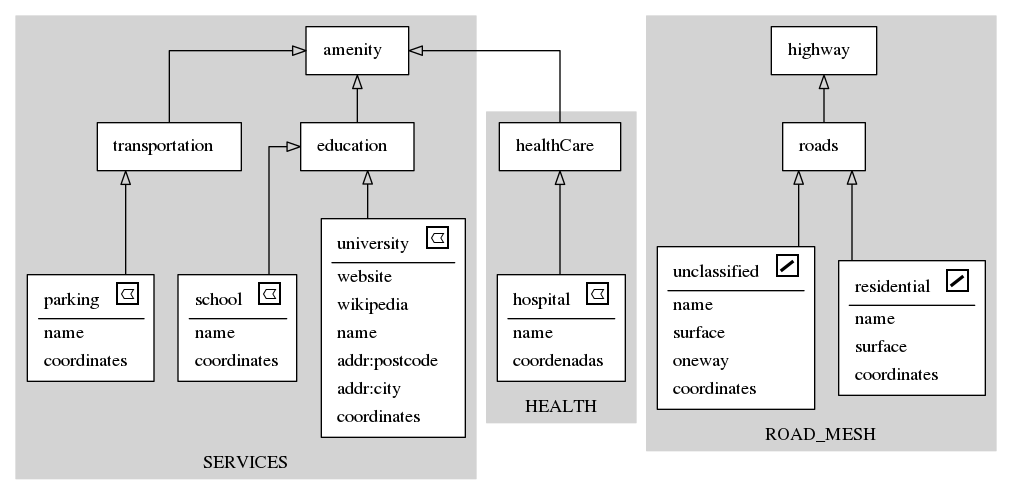
vinisperandio/OSM2Diagram_optmizated keeps this Graphviz diagram as schema.gv.png. Above is the earlier version. Its source is kept beside it as schema.gv.
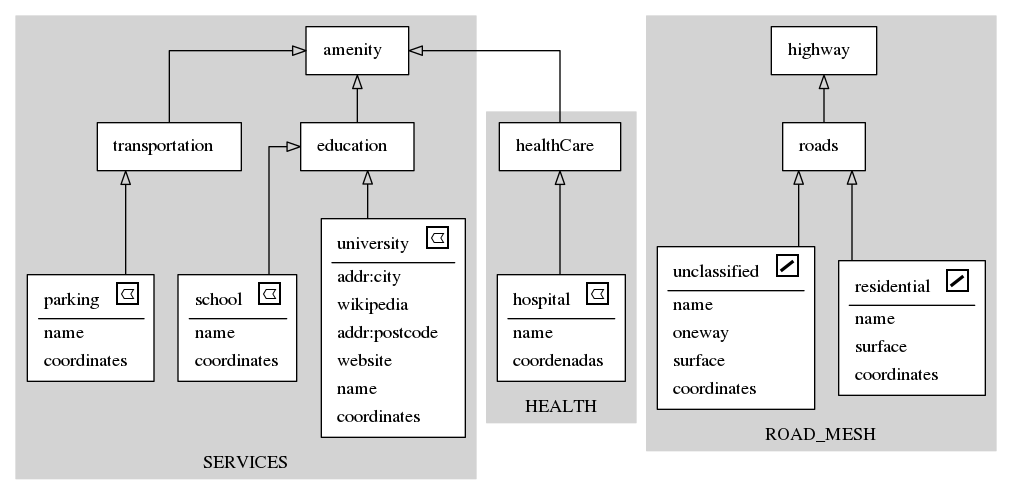
After the change.

Commit message:
* Etapa 1 completa (Modelagem) * armazenamento dos Nodes incompletos * remoção de arquivos desnecessários

Diff of the diagram source:
```diff
@@ -12,19 +12,19 @@
 			</TR>
 			<hr/>
 			<TR>
-				<TD align="left">website</TD>
+				<TD align="left">addr:city</TD>
 			 </TR>
 			<TR>
 				<TD align="left">wikipedia</TD>
 			 </TR>
 			<TR>
-				<TD align="left">name</TD>
-			 </TR>
-			<TR>
 				<TD align="left">addr:postcode</TD>
 			 </TR>
 			<TR>
-				<TD align="left">addr:city</TD>
+				<TD align="left">website</TD>
+			 </TR>
+			<TR>
+				<TD align="left">name</TD>
 			 </TR>
 			<TR>
 				<TD align="left">coordinates</TD>
@@ -140,10 +140,10 @@
 				<TD align="left">name</TD>
 			 </TR>
 			<TR>
-				<TD align="left">surface</TD>
+				<TD align="left">oneway</TD>
 			 </TR>
 			<TR>
-				<TD align="left">oneway</TD>
+				<TD align="left">surface</TD>
 			 </TR>
 			<TR>
 				<TD align="left">coordinates</TD>
@@ -156,16 +156,16 @@
 			</TR>
 			</TABLE>>]
 	}
+		5 -> 1[arrowhead=onormal]
 		11 -> 9[arrowhead=onormal]
+		3 -> 5[arrowhead=onormal]
 		8 -> 11[arrowhead=onormal]
+		6 -> 7[arrowhead=onormal]
 		7 -> 1[arrowhead=onormal]
-		3 -> 5[arrowhead=onormal]
+		4 -> 1[arrowhead=onormal]
 		2 -> 4[arrowhead=onormal]
 		0 -> 4[arrowhead=onormal]
-		4 -> 1[arrowhead=onormal]
-		6 -> 7[arrowhead=onormal]
 		10 -> 11[arrowhead=onormal]
-		5 -> 1[arrowhead=onormal]
 	rankdir=BT
 	splines=ortho
 }
```
